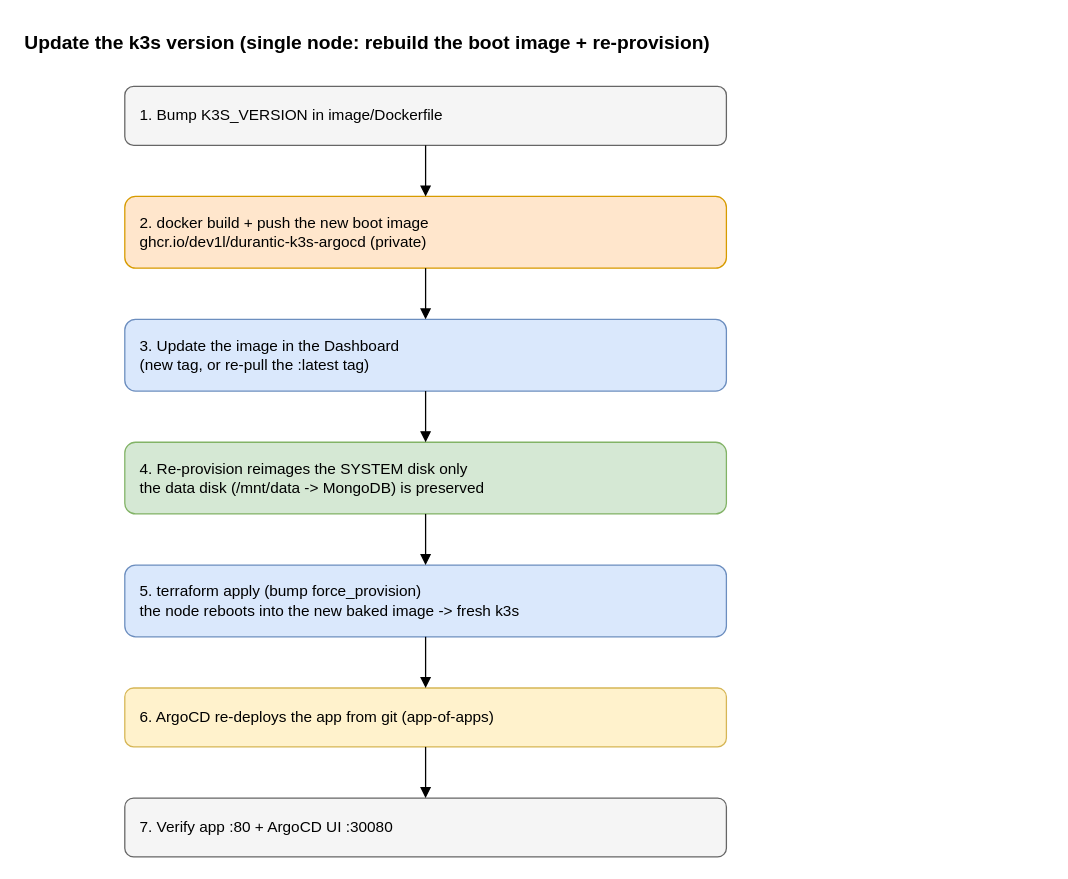
DeV1L/durantic-tf-examples keeps this draw.io diagram as page "Update k3s server" (3 of 3) of k3s-standalone-argocd/assets/k3s-standalone-argocd.drawio. Above is the earlier version. Source tidied: cells renumbered, new cells numbered last; positions are measured from the earlier drawing's top-left corner, leaving out a move shared by most shapes. Both pictures are drawn from the tidied source at 128%, with x=0, y=0 at pixel (22, 22).
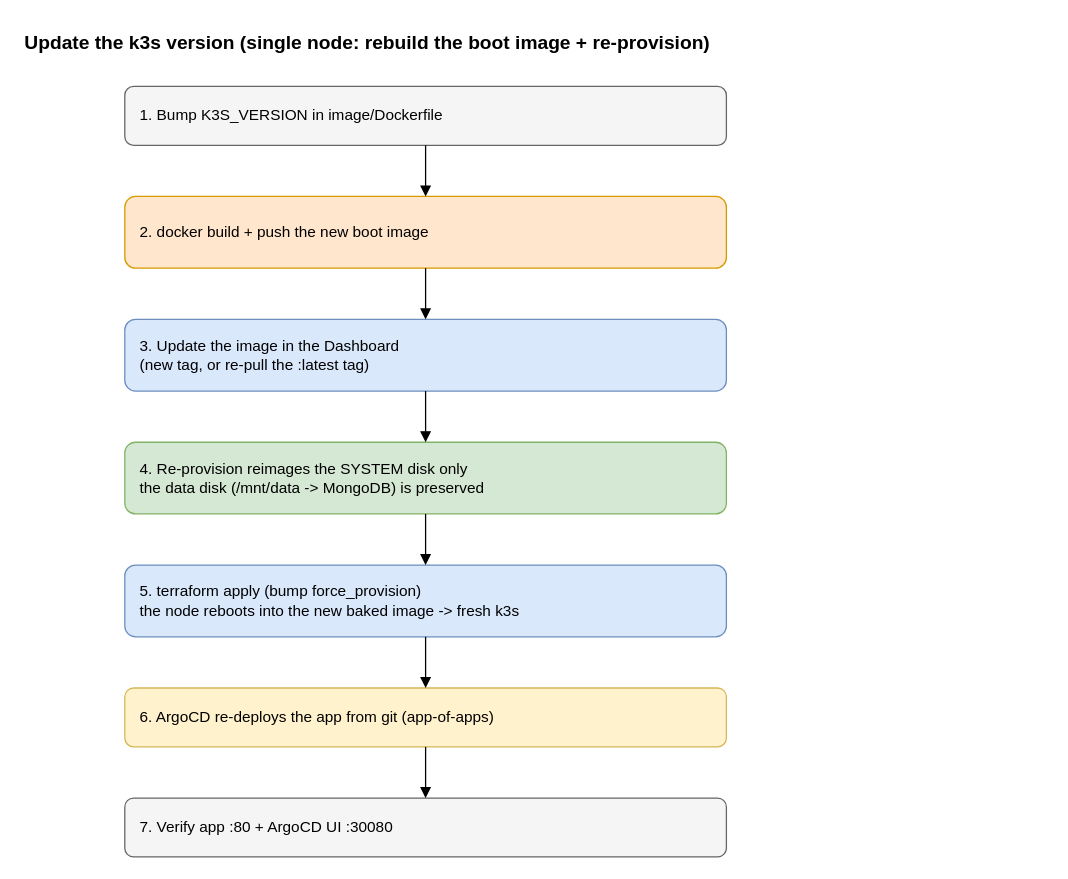
The same diagram, later.

Commit message (it also covers changes not shown here):
k3s-standalone-argocd: cleanups

What changed in the source:
```diff
@@
 <mxGraphModel>
   <root>
     <mxCell id="0" />
     <mxCell id="1" parent="0" />
     <mxCell id="2" value="Update the k3s version  (single node: rebuild the boot image + re-provision)" style="text;html=1;align=left;verticalAlign=middle;fontSize=15;fontStyle=1;" parent="1" vertex="1">
       <mxGeometry width="800" height="30" as="geometry" />
     </mxCell>
     <mxCell id="3" value="1. Bump K3S_VERSION in image/Dockerfile" style="rounded=1;whiteSpace=wrap;html=1;fillColor=#f5f5f5;strokeColor=#666666;align=left;verticalAlign=middle;spacingLeft=10;" parent="1" vertex="1">
       <mxGeometry x="80" y="50" width="470" height="46" as="geometry" />
     </mxCell>
-    <mxCell id="4" value="2. docker build + push the new boot image&#10;ghcr.io/dev1l/durantic-k3s-argocd  (private)" style="rounded=1;whiteSpace=wrap;html=1;fillColor=#ffe6cc;strokeColor=#d79b00;align=left;verticalAlign=middle;spacingLeft=10;" parent="1" vertex="1">
+    <mxCell id="4" value="2. docker build + push the new boot image" style="rounded=1;whiteSpace=wrap;html=1;fillColor=#ffe6cc;strokeColor=#d79b00;align=left;verticalAlign=middle;spacingLeft=10;" parent="1" vertex="1">
       <mxGeometry x="80" y="136" width="470" height="56" as="geometry" />
     </mxCell>
     <mxCell id="5" value="3. Update the image in the Dashboard&#10;(new tag, or re-pull the :latest tag)" style="rounded=1;whiteSpace=wrap;html=1;fillColor=#dae8fc;strokeColor=#6c8ebf;align=left;verticalAlign=middle;spacingLeft=10;" parent="1" vertex="1">
       <mxGeometry x="80" y="232" width="470" height="56" as="geometry" />
     </mxCell>
     <mxCell id="6" value="4. Re-provision reimages the SYSTEM disk only&#10;the data disk (/mnt/data -&gt; MongoDB) is preserved" style="rounded=1;whiteSpace=wrap;html=1;fillColor=#d5e8d4;strokeColor=#82b366;align=left;verticalAlign=middle;spacingLeft=10;" parent="1" vertex="1">
       <mxGeometry x="80" y="328" width="470" height="56" as="geometry" />
     </mxCell>
     <mxCell id="7" value="5. terraform apply  (bump force_provision)&#10;the node reboots into the new baked image -&gt; fresh k3s" style="rounded=1;whiteSpace=wrap;html=1;fillColor=#dae8fc;strokeColor=#6c8ebf;align=left;verticalAlign=middle;spacingLeft=10;" parent="1" vertex="1">
       <mxGeometry x="80" y="424" width="470" height="56" as="geometry" />
     </mxCell>
     <mxCell id="8" value="6. ArgoCD re-deploys the app from git  (app-of-apps)" style="rounded=1;whiteSpace=wrap;html=1;fillColor=#fff2cc;strokeColor=#d6b656;align=left;verticalAlign=middle;spacingLeft=10;" parent="1" vertex="1">
       <mxGeometry x="80" y="520" width="470" height="46" as="geometry" />
     </mxCell>
     <mxCell id="9" value="7. Verify  app :80  +  ArgoCD UI :30080" style="rounded=1;whiteSpace=wrap;html=1;fillColor=#f5f5f5;strokeColor=#666666;align=left;verticalAlign=middle;spacingLeft=10;" parent="1" vertex="1">
       <mxGeometry x="80" y="606" width="470" height="46" as="geometry" />
     </mxCell>
     <mxCell id="10" style="endArrow=block;html=1;rounded=0;exitX=0.5;exitY=1;exitDx=0;exitDy=0;entryX=0.5;entryY=0;entryDx=0;entryDy=0;" parent="1" edge="1" source="3" target="4">
       <mxGeometry relative="1" as="geometry" />
     </mxCell>
     <mxCell id="11" style="endArrow=block;html=1;rounded=0;exitX=0.5;exitY=1;exitDx=0;exitDy=0;entryX=0.5;entryY=0;entryDx=0;entryDy=0;" parent="1" edge="1" source="4" target="5">
       <mxGeometry relative="1" as="geometry" />
     </mxCell>
     <mxCell id="12" style="endArrow=block;html=1;rounded=0;exitX=0.5;exitY=1;exitDx=0;exitDy=0;entryX=0.5;entryY=0;entryDx=0;entryDy=0;" parent="1" edge="1" source="5" target="6">
       <mxGeometry relative="1" as="geometry" />
     </mxCell>
     <mxCell id="13" style="endArrow=block;html=1;rounded=0;exitX=0.5;exitY=1;exitDx=0;exitDy=0;entryX=0.5;entryY=0;entryDx=0;entryDy=0;" parent="1" edge="1" source="6" target="7">
       <mxGeometry relative="1" as="geometry" />
     </mxCell>
     <mxCell id="14" style="endArrow=block;html=1;rounded=0;exitX=0.5;exitY=1;exitDx=0;exitDy=0;entryX=0.5;entryY=0;entryDx=0;entryDy=0;" parent="1" edge="1" source="7" target="8">
       <mxGeometry relative="1" as="geometry" />
     </mxCell>
     <mxCell id="15" style="endArrow=block;html=1;rounded=0;exitX=0.5;exitY=1;exitDx=0;exitDy=0;entryX=0.5;entryY=0;entryDx=0;entryDy=0;" parent="1" edge="1" source="8" target="9">
       <mxGeometry relative="1" as="geometry" />
     </mxCell>
   </root>
 </mxGraphModel>
```
